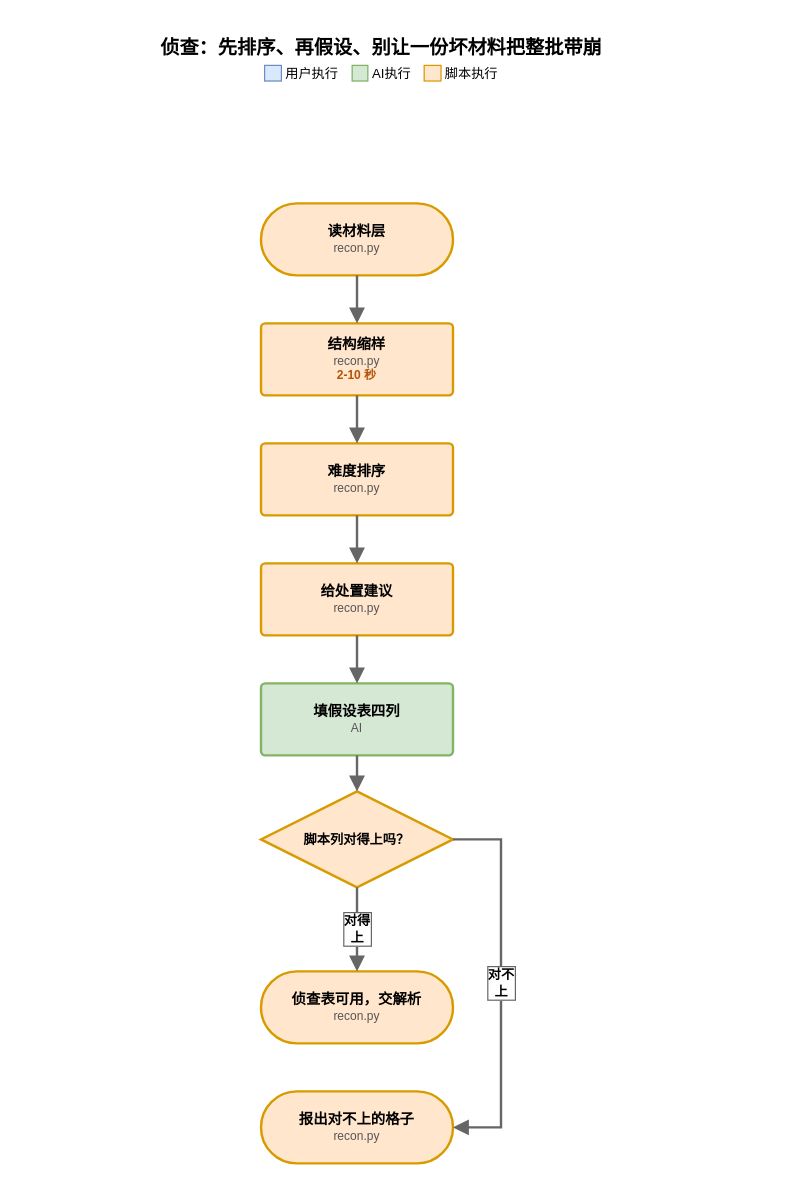
Before: page "侦查：先排序、再假设、别让一份坏材料把整批带崩" (3 of 10) of dev/baseline/workflow/workflow-flow.drawio in Luys521/flowchart-skill, a draw.io diagram. Source tidied: cells renumbered, new cells numbered last; positions are measured from the earlier drawing's top-left corner, leaving out a move shared by most shapes. Both pictures are drawn from the tidied source at 120%, with x=0, y=0 at pixel (20, 20).
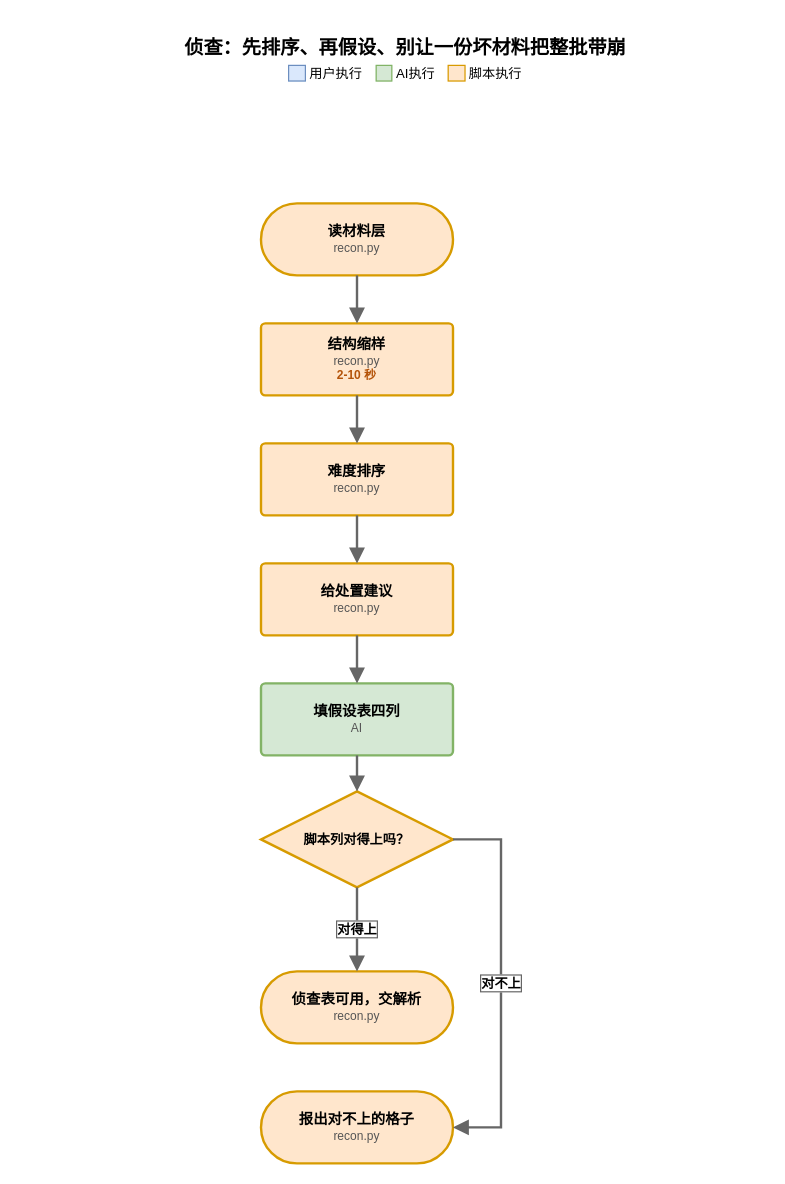
Above is the later version.

Change to the diagram source:
```diff
@@
 <mxGraphModel>
   <root>
     <mxCell id="0" />
     <mxCell id="1" parent="0" />
     <mxCell id="2" value="侦查：先排序、再假设、别让一份坏材料把整批带崩&lt;br&gt;&lt;span style=&quot;font-size:11px;font-weight:400&quot;&gt;&lt;span style=&quot;background:#dae8fc;border:1px solid #6c8ebf&quot;&gt;&amp;nbsp;&amp;nbsp;&amp;nbsp;&amp;nbsp;&lt;/span&gt; 用户执行　&lt;span style=&quot;background:#d5e8d4;border:1px solid #82b366&quot;&gt;&amp;nbsp;&amp;nbsp;&amp;nbsp;&amp;nbsp;&lt;/span&gt; AI执行　&lt;span style=&quot;background:#ffe6cc;border:1px solid #d79b00&quot;&gt;&amp;nbsp;&amp;nbsp;&amp;nbsp;&amp;nbsp;&lt;/span&gt; 脚本执行　&lt;/span&gt;" style="text;html=1;align=center;verticalAlign=middle;fontSize=16;fontStyle=1;fontFamily=Microsoft YaHei;" parent="1" vertex="1">
-      <mxGeometry width="600" height="64" as="geometry" />
+      <mxGeometry x="20" width="600" height="64" as="geometry" />
     </mxCell>
     <mxCell id="3" value="&lt;div style=&quot;font-weight:bold;&quot;&gt;读材料层&lt;/div&gt;&lt;div style=&quot;color:#555555;font-size:10px;&quot;&gt;recon.py&lt;/div&gt;" style="rounded=1;arcSize=50;whiteSpace=wrap;html=1;strokeWidth=2;fontFamily=Microsoft YaHei;verticalAlign=middle;fillColor=#ffe6cc;strokeColor=#d79b00;fontSize=12;flowchartSkillNative=1;" parent="1" vertex="1">
       <mxGeometry x="200" y="152" width="160" height="60" as="geometry" />
     </mxCell>
     <mxCell id="4" value="&lt;div style=&quot;font-weight:bold;&quot;&gt;结构缩样&lt;/div&gt;&lt;div style=&quot;color:#555555;font-size:10px;&quot;&gt;recon.py&lt;/div&gt;&lt;div style=&quot;color:#b45309;font-size:10px;font-weight:bold;&quot;&gt;2-10 秒&lt;/div&gt;" style="rounded=1;arcSize=6;whiteSpace=wrap;html=1;strokeWidth=2;fontFamily=Microsoft YaHei;verticalAlign=middle;fillColor=#ffe6cc;strokeColor=#d79b00;fontSize=12;flowchartSkillNative=1;" parent="1" vertex="1">
       <mxGeometry x="200" y="252" width="160" height="60" as="geometry" />
     </mxCell>
     <mxCell id="5" value="&lt;div style=&quot;font-weight:bold;&quot;&gt;难度排序&lt;/div&gt;&lt;div style=&quot;color:#555555;font-size:10px;&quot;&gt;recon.py&lt;/div&gt;" style="rounded=1;arcSize=6;whiteSpace=wrap;html=1;strokeWidth=2;fontFamily=Microsoft YaHei;verticalAlign=middle;fillColor=#ffe6cc;strokeColor=#d79b00;fontSize=12;flowchartSkillNative=1;" parent="1" vertex="1">
       <mxGeometry x="200" y="352" width="160" height="60" as="geometry" />
     </mxCell>
     <mxCell id="6" value="&lt;div style=&quot;font-weight:bold;&quot;&gt;给处置建议&lt;/div&gt;&lt;div style=&quot;color:#555555;font-size:10px;&quot;&gt;recon.py&lt;/div&gt;" style="rounded=1;arcSize=6;whiteSpace=wrap;html=1;strokeWidth=2;fontFamily=Microsoft YaHei;verticalAlign=middle;fillColor=#ffe6cc;strokeColor=#d79b00;fontSize=12;flowchartSkillNative=1;" parent="1" vertex="1">
       <mxGeometry x="200" y="452" width="160" height="60" as="geometry" />
     </mxCell>
     <mxCell id="7" value="&lt;div style=&quot;font-weight:bold;&quot;&gt;填假设表四列&lt;/div&gt;&lt;div style=&quot;color:#555555;font-size:10px;&quot;&gt;AI&lt;/div&gt;" style="rounded=1;arcSize=6;whiteSpace=wrap;html=1;strokeWidth=2;fontFamily=Microsoft YaHei;verticalAlign=middle;fillColor=#d5e8d4;strokeColor=#82b366;fontSize=12;flowchartSkillNative=1;" parent="1" vertex="1">
       <mxGeometry x="200" y="552" width="160" height="60" as="geometry" />
     </mxCell>
     <mxCell id="8" value="&lt;div style=&quot;font-weight:bold;&quot;&gt;脚本列对得上吗？&lt;/div&gt;" style="rhombus;whiteSpace=wrap;html=1;strokeWidth=2;fontFamily=Microsoft YaHei;verticalAlign=middle;fillColor=#ffe6cc;strokeColor=#d79b00;fontSize=11;flowchartSkillNative=1;" parent="1" vertex="1">
       <mxGeometry x="200" y="642" width="160" height="80" as="geometry" />
     </mxCell>
     <mxCell id="9" value="&lt;div style=&quot;font-weight:bold;&quot;&gt;侦查表可用，交解析&lt;/div&gt;&lt;div style=&quot;color:#555555;font-size:10px;&quot;&gt;recon.py&lt;/div&gt;" style="rounded=1;arcSize=50;whiteSpace=wrap;html=1;strokeWidth=2;fontFamily=Microsoft YaHei;verticalAlign=middle;fillColor=#ffe6cc;strokeColor=#d79b00;fontSize=12;flowchartSkillNative=1;" parent="1" vertex="1">
       <mxGeometry x="200" y="792" width="160" height="60" as="geometry" />
     </mxCell>
     <mxCell id="10" value="&lt;div style=&quot;font-weight:bold;&quot;&gt;报出对不上的格子&lt;/div&gt;&lt;div style=&quot;color:#555555;font-size:10px;&quot;&gt;recon.py&lt;/div&gt;" style="rounded=1;arcSize=50;whiteSpace=wrap;html=1;strokeWidth=2;fontFamily=Microsoft YaHei;verticalAlign=middle;fillColor=#ffe6cc;strokeColor=#d79b00;fontSize=12;flowchartSkillNative=1;" parent="1" vertex="1">
       <mxGeometry x="200" y="892" width="160" height="60" as="geometry" />
     </mxCell>
     <mxCell id="11" style="edgeStyle=orthogonalEdgeStyle;rounded=0;jettySize=auto;html=1;exitX=0.5;exitY=1.0;entryX=0.5;entryY=0.0;endArrow=block;endFill=1;endSize=8;strokeWidth=2;strokeColor=#666666;fontSize=11;fontStyle=1;fontFamily=Microsoft YaHei;labelBackgroundColor=#ffffff;labelBorderColor=#666666;" parent="1" edge="1" source="3" target="4">
       <mxGeometry relative="1" as="geometry" />
     </mxCell>
     <mxCell id="12" style="edgeStyle=orthogonalEdgeStyle;rounded=0;jettySize=auto;html=1;exitX=0.5;exitY=1.0;entryX=0.5;entryY=0.0;endArrow=block;endFill=1;endSize=8;strokeWidth=2;strokeColor=#666666;fontSize=11;fontStyle=1;fontFamily=Microsoft YaHei;labelBackgroundColor=#ffffff;labelBorderColor=#666666;" parent="1" edge="1" source="4" target="5">
       <mxGeometry relative="1" as="geometry" />
     </mxCell>
     <mxCell id="13" style="edgeStyle=orthogonalEdgeStyle;rounded=0;jettySize=auto;html=1;exitX=0.5;exitY=1.0;entryX=0.5;entryY=0.0;endArrow=block;endFill=1;endSize=8;strokeWidth=2;strokeColor=#666666;fontSize=11;fontStyle=1;fontFamily=Microsoft YaHei;labelBackgroundColor=#ffffff;labelBorderColor=#666666;" parent="1" edge="1" source="5" target="6">
       <mxGeometry relative="1" as="geometry" />
     </mxCell>
     <mxCell id="14" style="edgeStyle=orthogonalEdgeStyle;rounded=0;jettySize=auto;html=1;exitX=0.5;exitY=1.0;entryX=0.5;entryY=0.0;endArrow=block;endFill=1;endSize=8;strokeWidth=2;strokeColor=#666666;fontSize=11;fontStyle=1;fontFamily=Microsoft YaHei;labelBackgroundColor=#ffffff;labelBorderColor=#666666;" parent="1" edge="1" source="6" target="7">
       <mxGeometry relative="1" as="geometry" />
     </mxCell>
     <mxCell id="15" style="edgeStyle=orthogonalEdgeStyle;rounded=0;jettySize=auto;html=1;exitX=0.5;exitY=1.0;entryX=0.5;entryY=0.0;endArrow=block;endFill=1;endSize=8;strokeWidth=2;strokeColor=#666666;fontSize=11;fontStyle=1;fontFamily=Microsoft YaHei;labelBackgroundColor=#ffffff;labelBorderColor=#666666;" parent="1" edge="1" source="7" target="8">
       <mxGeometry relative="1" as="geometry" />
     </mxCell>
-    <mxCell id="16" value="对得&lt;br&gt;上" style="edgeStyle=orthogonalEdgeStyle;rounded=0;jettySize=auto;html=1;exitX=0.5;exitY=1.0;entryX=0.5;entryY=0.0;endArrow=block;endFill=1;endSize=8;strokeWidth=2;strokeColor=#666666;fontSize=11;fontStyle=1;fontFamily=Microsoft YaHei;labelBackgroundColor=#ffffff;labelBorderColor=#666666;" parent="1" edge="1" source="8" target="9">
+    <mxCell id="16" value="对得上" style="edgeStyle=orthogonalEdgeStyle;rounded=0;jettySize=auto;html=1;exitX=0.5;exitY=1.0;entryX=0.5;entryY=0.0;endArrow=block;endFill=1;endSize=8;strokeWidth=2;strokeColor=#666666;fontSize=11;fontStyle=1;fontFamily=Microsoft YaHei;labelBackgroundColor=#ffffff;labelBorderColor=#666666;" parent="1" edge="1" source="8" target="9">
       <mxGeometry relative="1" as="geometry" />
     </mxCell>
-    <mxCell id="17" value="对不&lt;br&gt;上" style="edgeStyle=orthogonalEdgeStyle;rounded=0;jettySize=auto;html=1;exitX=1.0;exitY=0.5;entryX=1.0;entryY=0.5;endArrow=block;endFill=1;endSize=8;strokeWidth=2;strokeColor=#666666;fontSize=11;fontStyle=1;fontFamily=Microsoft YaHei;labelBackgroundColor=#ffffff;labelBorderColor=#666666;" parent="1" edge="1" source="8" target="10">
+    <mxCell id="17" value="对不上" style="edgeStyle=orthogonalEdgeStyle;rounded=0;jettySize=auto;html=1;exitX=1.0;exitY=0.5;entryX=1.0;entryY=0.5;endArrow=block;endFill=1;endSize=8;strokeWidth=2;strokeColor=#666666;fontSize=11;fontStyle=1;fontFamily=Microsoft YaHei;labelBackgroundColor=#ffffff;labelBorderColor=#666666;" parent="1" edge="1" source="8" target="10">
       <mxGeometry relative="1" as="geometry">
         <Array as="points">
           <mxPoint x="400" y="682" />
           <mxPoint x="400" y="922" />
         </Array>
       </mxGeometry>
     </mxCell>
   </root>
 </mxGraphModel>
```
